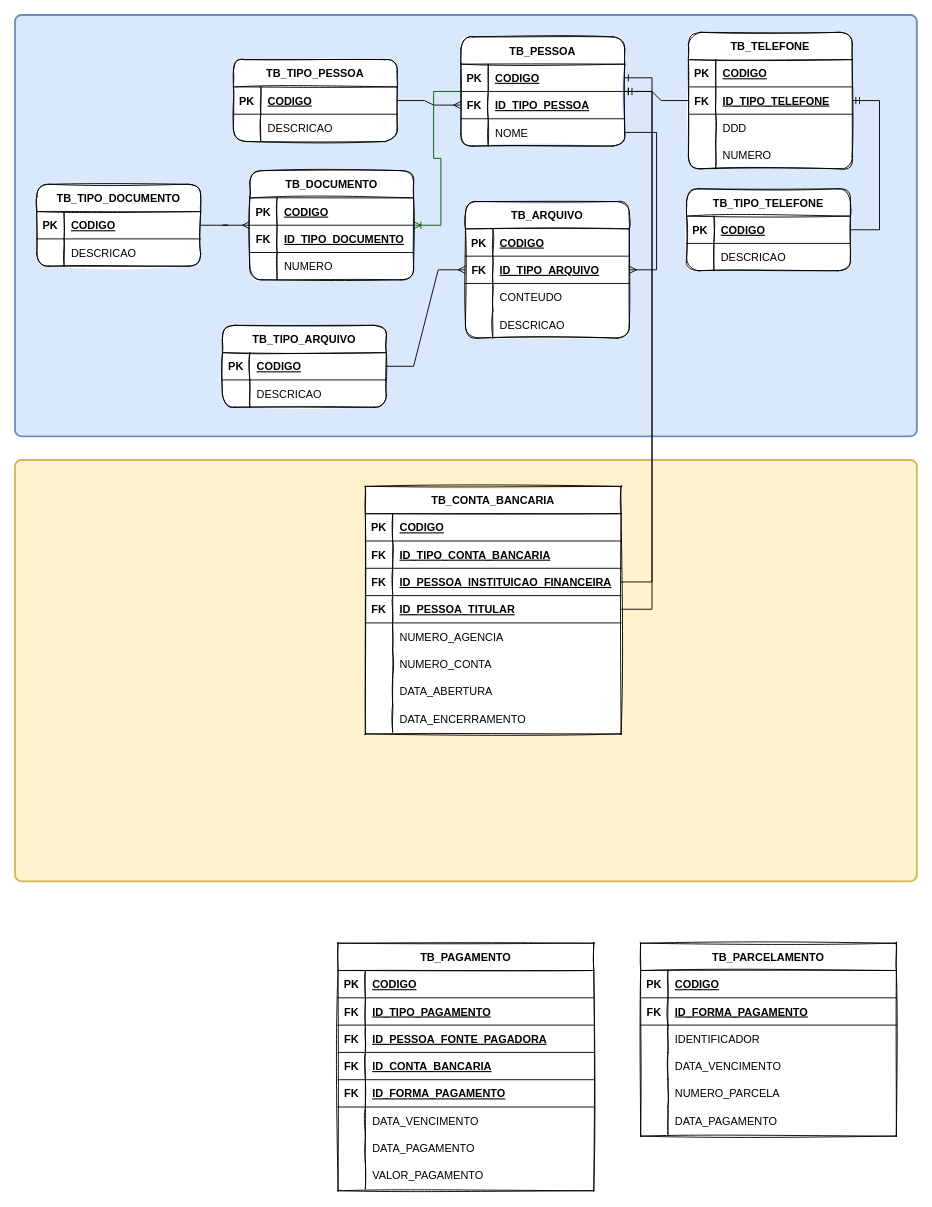
Above: src/main/resources/sistemafinanceiroapi_mer.drawio in quintinodigital/sistemafinanceiroapi (draw.io), before the change. Source tidied: cells renumbered, new cells numbered last; positions are measured from the earlier drawing's top-left corner, leaving out a move shared by most shapes. Both pictures are drawn from the tidied source at 91%, with x=0, y=0 at pixel (15, 15).
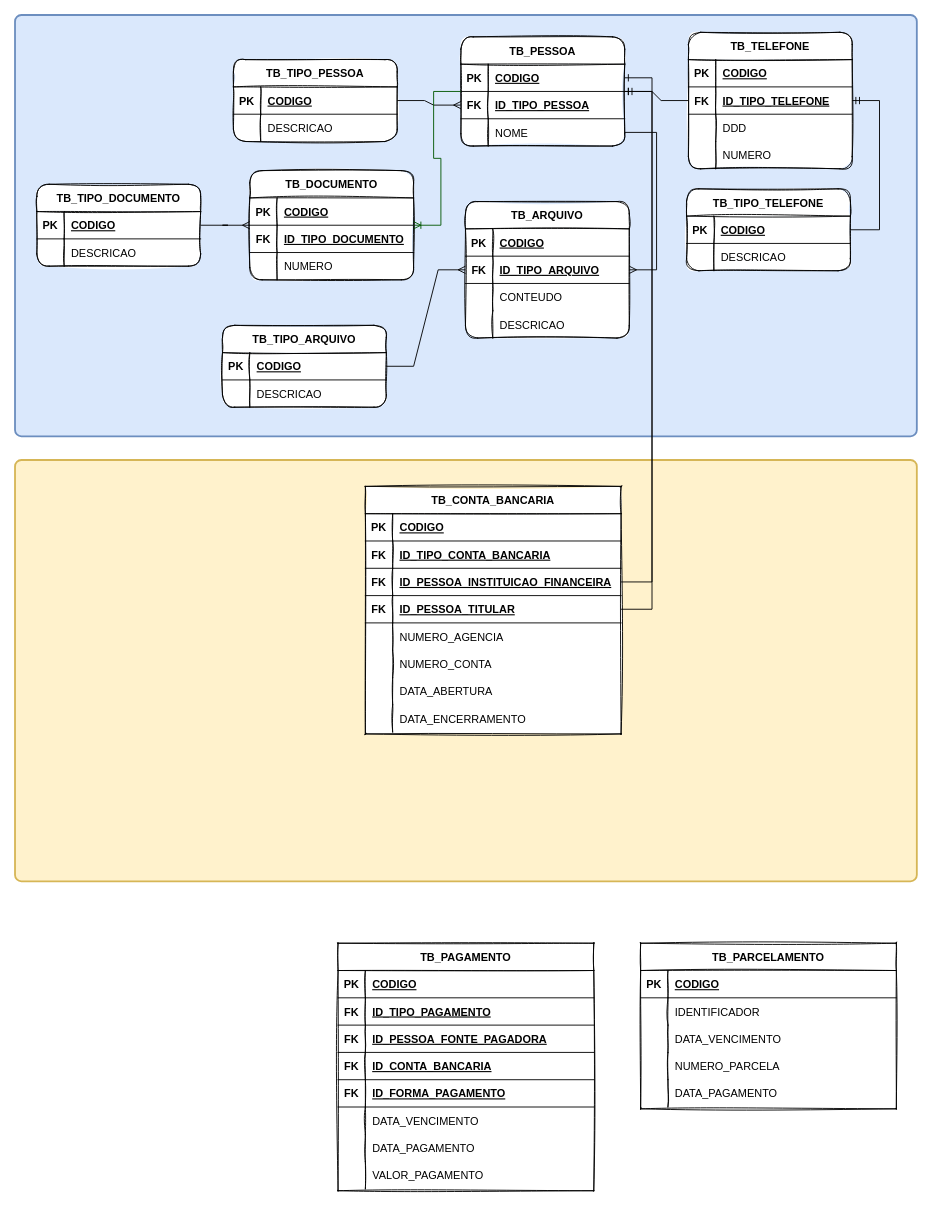
The same page after the edit.

Diff of the diagram source:
```diff
@@
     <mxCell id="137" value="TB_PARCELAMENTO" style="shape=table;startSize=30;childLayout=tableLayout;rowLines=0;fontStyle=1;align=center;gradientColor=none;swimlaneFillColor=default;rounded=1;shadow=0;sketch=1;arcSize=0;" parent="1" vertex="1">
-      <mxGeometry x="687.5" y="1020" width="281" height="212" as="geometry" />
+      <mxGeometry x="687.5" y="1020" width="281" height="182" as="geometry" />
     </mxCell>
@@
-    <mxCell id="141" style="shape=tableRow;horizontal=0;startSize=0;swimlaneHead=0;swimlaneBody=0;fillColor=none;top=0;left=0;right=0;bottom=1;" parent="137" vertex="1">
-      <mxGeometry y="60" width="281" height="30" as="geometry" />
-    </mxCell>
-    <mxCell id="142" value="FK" style="shape=partialRectangle;fillColor=none;top=0;left=0;bottom=0;right=0;fontStyle=1;overflow=hidden;" parent="141" vertex="1">
-      <mxGeometry width="30" height="30" as="geometry" />
-    </mxCell>
-    <mxCell id="143" value="ID_FORMA_PAGAMENTO" style="shape=partialRectangle;fillColor=none;top=0;left=0;bottom=0;right=0;align=left;spacingLeft=6;fontStyle=5;overflow=hidden;" parent="141" vertex="1">
-      <mxGeometry x="30" width="251" height="30" as="geometry" />
-    </mxCell>
     <mxCell id="144" style="shape=tableRow;horizontal=0;startSize=0;swimlaneHead=0;swimlaneBody=0;fillColor=none;top=0;left=0;right=0;bottom=0;" parent="137" vertex="1">
-      <mxGeometry y="90" width="281" height="30" as="geometry" />
+      <mxGeometry y="60" width="281" height="30" as="geometry" />
     </mxCell>
@@
     <mxCell id="147" style="shape=tableRow;horizontal=0;startSize=0;swimlaneHead=0;swimlaneBody=0;fillColor=none;top=0;left=0;right=0;bottom=0;" parent="137" vertex="1">
-      <mxGeometry y="120" width="281" height="30" as="geometry" />
+      <mxGeometry y="90" width="281" height="30" as="geometry" />
     </mxCell>
@@
     <mxCell id="150" style="shape=tableRow;horizontal=0;startSize=0;swimlaneHead=0;swimlaneBody=0;fillColor=none;top=0;left=0;right=0;bottom=0;" parent="137" vertex="1">
-      <mxGeometry y="150" width="281" height="30" as="geometry" />
+      <mxGeometry y="120" width="281" height="30" as="geometry" />
     </mxCell>
@@
     <mxCell id="153" style="shape=tableRow;horizontal=0;startSize=0;swimlaneHead=0;swimlaneBody=0;fillColor=none;top=0;left=0;right=0;bottom=0;" parent="137" vertex="1">
-      <mxGeometry y="180" width="281" height="30" as="geometry" />
+      <mxGeometry y="150" width="281" height="30" as="geometry" />
     </mxCell>
```
